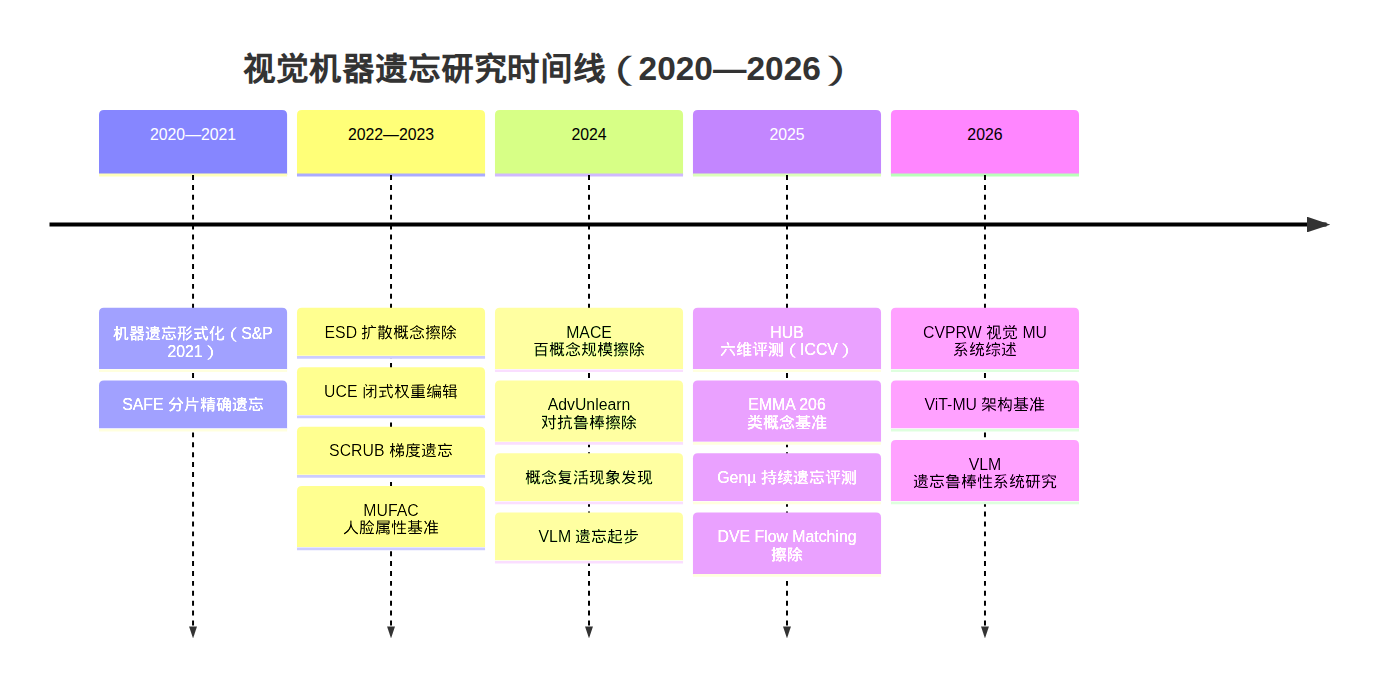
Before: topics/machine-unlearning-cv/figures/research-timeline.png, a diagram exported from Mermaid (ranshaobaichi/CV_Final_Lab). Its source is kept beside it as topics/machine-unlearning-cv/figures/research-timeline.mmd.
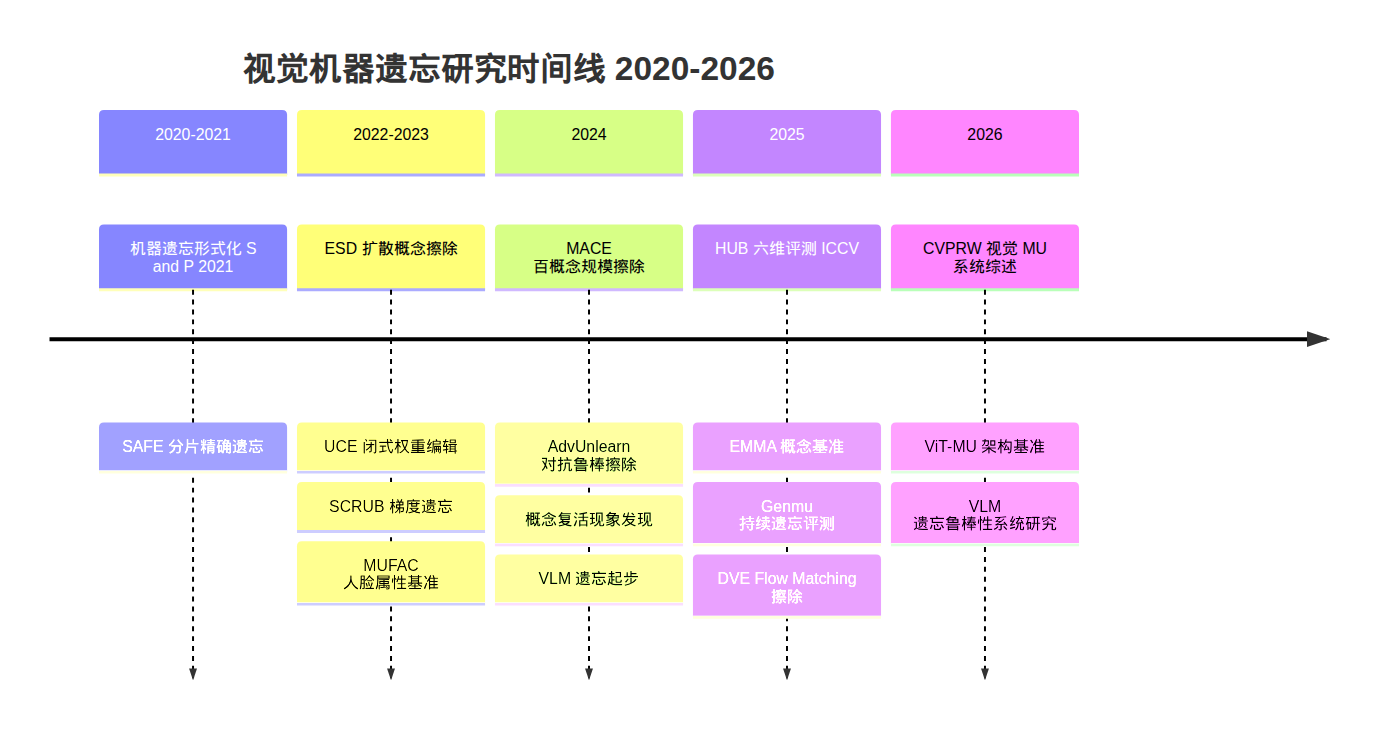
Later version of the same file.

Commit message:
Fix Mermaid diagrams and remove draft metadata header

Diff of the diagram source:
```diff
@@ -1,19 +1,12 @@
 timeline
-    title 视觉机器遗忘研究时间线（2020—2026）
-    2020—2021 : 机器遗忘形式化（S&P 2021）
-              : SAFE 分片精确遗忘
-    2022—2023 : ESD 扩散概念擦除
-              : UCE 闭式权重编辑
-              : SCRUB 梯度遗忘
-              : MUFAC 人脸属性基准
-    2024 : MACE 百概念规模擦除
-         : AdvUnlearn 对抗鲁棒擦除
-         : 概念复活现象发现
-         : VLM 遗忘起步
-    2025 : HUB 六维评测（ICCV）
-         : EMMA 206 类概念基准
-         : Genµ 持续遗忘评测
-         : DVE Flow Matching 擦除
-    2026 : CVPRW 视觉 MU 系统综述
-         : ViT-MU 架构基准
-         : VLM 遗忘鲁棒性系统研究
+    title 视觉机器遗忘研究时间线 2020-2026
+    section 2020-2021
+      机器遗忘形式化 S and P 2021 : SAFE 分片精确遗忘
+    section 2022-2023
+      ESD 扩散概念擦除 : UCE 闭式权重编辑 : SCRUB 梯度遗忘 : MUFAC 人脸属性基准
+    section 2024
+      MACE 百概念规模擦除 : AdvUnlearn 对抗鲁棒擦除 : 概念复活现象发现 : VLM 遗忘起步
+    section 2025
+      HUB 六维评测 ICCV : EMMA 概念基准 : Genmu 持续遗忘评测 : DVE Flow Matching 擦除
+    section 2026
+      CVPRW 视觉 MU 系统综述 : ViT-MU 架构基准 : VLM 遗忘鲁棒性系统研究
```
